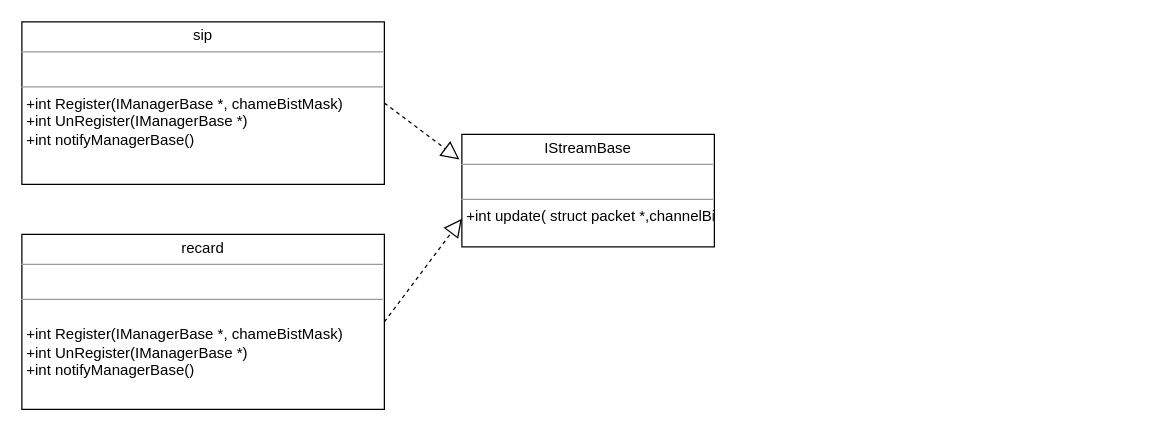
Above: 录播get.drawio in huangPeiLc/drawio (draw.io), before the change. Source tidied: cells renumbered, new cells numbered last; positions are measured from the earlier drawing's top-left corner, leaving out a move shared by most shapes. Both pictures are drawn from the tidied source at 125%, with x=0, y=0 at pixel (21, 21).
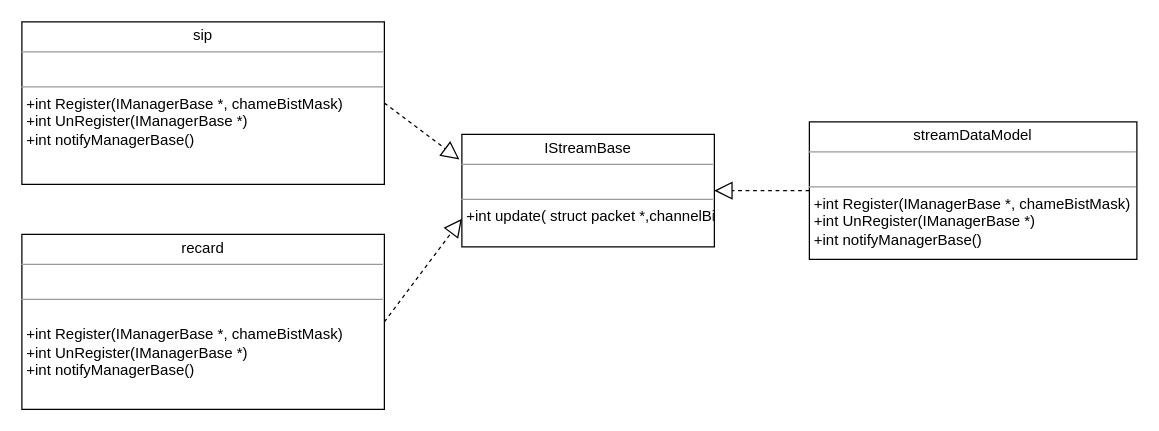
After the change.

Diff of the diagram source:
```diff
@@
 <mxGraphModel background="#ffffff">
   <root>
     <mxCell id="0" />
     <mxCell id="1" parent="0" />
     <mxCell id="2" value="&lt;p style=&quot;margin: 0px ; margin-top: 4px ; text-align: center&quot;&gt;&lt;span style=&quot;text-align: left&quot;&gt;recard&lt;/span&gt;&lt;br&gt;&lt;/p&gt;&lt;hr size=&quot;1&quot;&gt;&lt;p style=&quot;margin: 0px ; margin-left: 4px&quot;&gt;&lt;br&gt;&lt;/p&gt;&lt;hr size=&quot;1&quot;&gt;&lt;p style=&quot;margin: 0px ; margin-left: 4px&quot;&gt;&lt;br&gt;&lt;/p&gt;&lt;p style=&quot;margin: 0px 0px 0px 4px&quot;&gt;+int Register(IManagerBase *, chameBistMask)&lt;/p&gt;&lt;p style=&quot;margin: 0px 0px 0px 4px&quot;&gt;+int UnRegister(IManagerBase *)&lt;/p&gt;&lt;p style=&quot;margin: 0px 0px 0px 4px&quot;&gt;+int notifyManagerBase()&lt;/p&gt;" style="verticalAlign=top;align=left;overflow=fill;fontSize=12;fontFamily=Helvetica;html=1;rounded=0;shadow=0;comic=0;labelBackgroundColor=none;strokeColor=#000000;strokeWidth=1;fillColor=#ffffff;" parent="1" vertex="1">
       <mxGeometry y="170" width="290" height="140" as="geometry" />
     </mxCell>
     <mxCell id="3" value="&lt;p style=&quot;margin: 0px ; margin-top: 4px ; text-align: center&quot;&gt;&lt;span style=&quot;text-align: left&quot;&gt;sip&lt;/span&gt;&lt;br&gt;&lt;/p&gt;&lt;hr size=&quot;1&quot;&gt;&lt;p style=&quot;margin: 0px 0px 0px 4px&quot;&gt;&lt;br&gt;&lt;/p&gt;&lt;hr size=&quot;1&quot;&gt;&lt;p style=&quot;margin: 0px 0px 0px 4px&quot;&gt;+int Register(IManagerBase *, chameBistMask)&lt;/p&gt;&lt;p style=&quot;margin: 0px 0px 0px 4px&quot;&gt;+int UnRegister(IManagerBase *)&lt;/p&gt;&lt;p style=&quot;margin: 0px 0px 0px 4px&quot;&gt;+int notifyManagerBase()&lt;/p&gt;&lt;p style=&quot;margin: 0px ; margin-left: 4px&quot;&gt;&lt;br&gt;&lt;/p&gt;" style="verticalAlign=top;align=left;overflow=fill;fontSize=12;fontFamily=Helvetica;html=1;rounded=0;shadow=0;comic=0;labelBackgroundColor=none;strokeColor=#000000;strokeWidth=1;fillColor=#ffffff;" parent="1" vertex="1">
       <mxGeometry width="290" height="130" as="geometry" />
     </mxCell>
     <mxCell id="4" value="&lt;p style=&quot;margin: 0px ; margin-top: 4px ; text-align: center&quot;&gt;&lt;span style=&quot;text-align: left&quot;&gt;IStreamBase&lt;/span&gt;&lt;br&gt;&lt;/p&gt;&lt;hr size=&quot;1&quot;&gt;&lt;p style=&quot;margin: 0px ; margin-left: 4px&quot;&gt;&lt;br&gt;&lt;/p&gt;&lt;hr size=&quot;1&quot;&gt;&lt;p style=&quot;margin: 0px ; margin-left: 4px&quot;&gt;+&lt;span&gt;int update( struct packet *,channelBitmask)&lt;/span&gt;&lt;/p&gt;&lt;p style=&quot;margin: 0px ; margin-left: 4px&quot;&gt;&lt;br&gt;&lt;/p&gt;" style="verticalAlign=top;align=left;overflow=fill;fontSize=12;fontFamily=Helvetica;html=1;rounded=0;shadow=0;comic=0;labelBackgroundColor=none;strokeColor=#000000;strokeWidth=1;fillColor=#ffffff;" parent="1" vertex="1">
       <mxGeometry x="352" y="90" width="202" height="90" as="geometry" />
     </mxCell>
     <mxCell id="5" style="endArrow=block;dashed=1;endFill=0;endSize=12;html=1;exitX=1;exitY=0.5;exitDx=0;exitDy=0;" parent="1" edge="1" source="3">
       <mxGeometry relative="1" as="geometry">
         <mxPoint x="350" y="110" as="targetPoint" />
       </mxGeometry>
     </mxCell>
     <mxCell id="6" style="endArrow=block;dashed=1;endFill=0;endSize=12;html=1;exitX=1;exitY=0.5;exitDx=0;exitDy=0;entryX=0;entryY=0.75;entryDx=0;entryDy=0;" parent="1" edge="1" source="2" target="4">
       <mxGeometry relative="1" as="geometry" />
     </mxCell>
+    <mxCell id="7" value="&lt;p style=&quot;margin: 0px ; margin-top: 4px ; text-align: center&quot;&gt;&lt;span style=&quot;text-align: left&quot;&gt;streamDataModel&lt;/span&gt;&lt;br&gt;&lt;/p&gt;&lt;hr size=&quot;1&quot;&gt;&lt;p style=&quot;margin: 0px ; margin-left: 4px&quot;&gt;&lt;br&gt;&lt;/p&gt;&lt;hr size=&quot;1&quot;&gt;&lt;p style=&quot;margin: 0px ; margin-left: 4px&quot;&gt;+&lt;span&gt;int Register(IManagerBase *, chameBistMask)&lt;/span&gt;&lt;/p&gt;&lt;p style=&quot;margin: 0px 0px 0px 4px&quot;&gt;+int UnRegister(IManagerBase *)&lt;/p&gt;&lt;p style=&quot;margin: 0px 0px 0px 4px&quot;&gt;+int notifyManagerBase()&lt;/p&gt;&lt;p style=&quot;margin: 0px ; margin-left: 4px&quot;&gt;&lt;br&gt;&lt;/p&gt;" style="verticalAlign=top;align=left;overflow=fill;fontSize=12;fontFamily=Helvetica;html=1;rounded=0;shadow=0;comic=0;labelBackgroundColor=none;strokeColor=#000000;strokeWidth=1;fillColor=#ffffff;" parent="1" vertex="1">
+      <mxGeometry x="630" y="80" width="262" height="110" as="geometry" />
+    </mxCell>
+    <mxCell id="8" style="endArrow=block;dashed=1;endFill=0;endSize=12;html=1;exitX=0;exitY=0.5;exitDx=0;exitDy=0;entryX=1;entryY=0.5;entryDx=0;entryDy=0;" parent="1" edge="1" source="7" target="4">
+      <mxGeometry relative="1" as="geometry" />
+    </mxCell>
   </root>
 </mxGraphModel>
```
